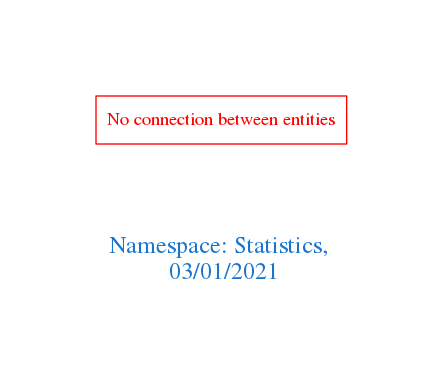
Earlier version of the Graphviz export downloads/Statistics.png (arago/OGIT). Its source is kept beside it as downloads/Statistics.dot. Its diagram source:
```dot
digraph OGIT_ontology {
 graph [ rankdir= LR,pad=1
fontsize = 18,
fontcolor= dodgerblue3,label = "\n\n\nNamespace: Statistics, \n 03/01/2021"];
node[shape=polygon];
edge [  color="gray81"];

"No connection between entities" [fontcolor = "red",color="red", shape="polygon"]
}
```
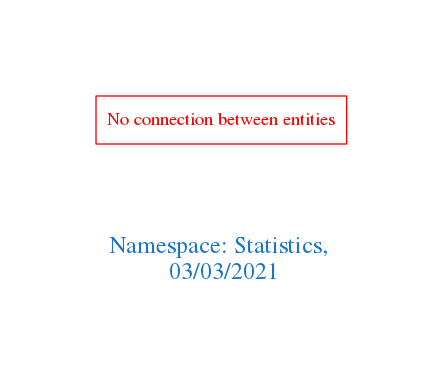
The same diagram one commit later.

Change to the diagram source:
```diff
@@ -1,7 +1,7 @@
 digraph OGIT_ontology {
  graph [ rankdir= LR,pad=1
 fontsize = 18,
-fontcolor= dodgerblue3,label = "\n\n\nNamespace: Statistics, \n 03/01/2021"];
+fontcolor= dodgerblue3,label = "\n\n\nNamespace: Statistics, \n 03/03/2021"];
 node[shape=polygon];
 edge [  color="gray81"];
 
```
